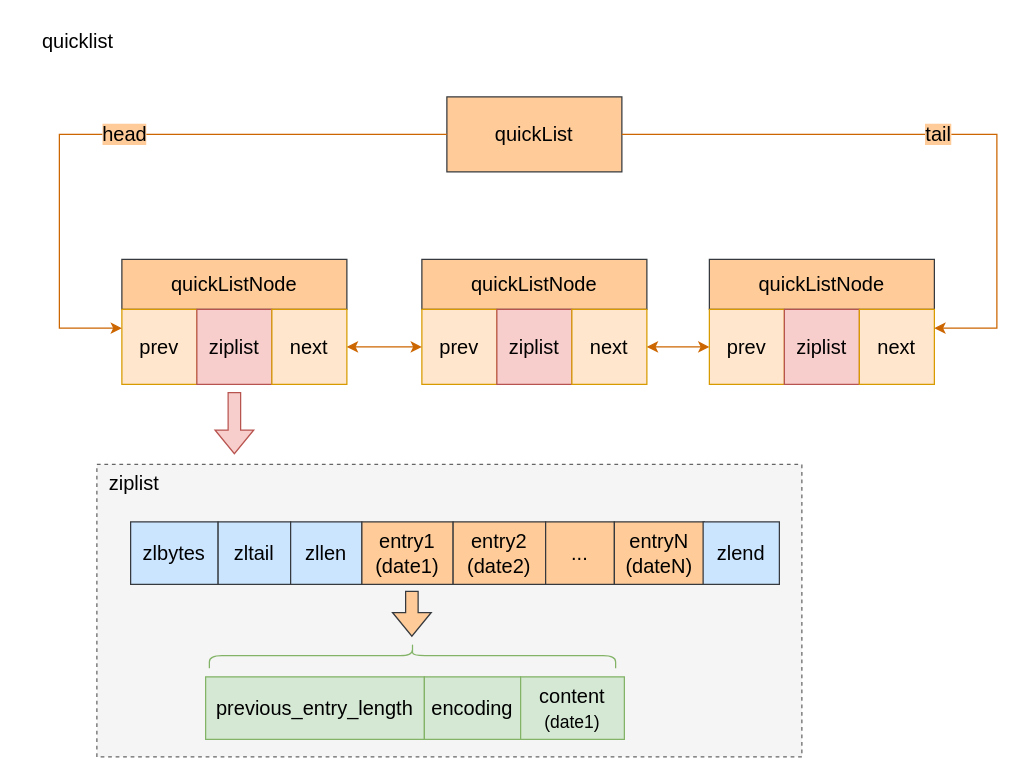
The draw.io diagram page "Redis-List" (3 of 3) of Redis/Redis.drawio in zhangyuying-cn/images, before the edit. Source tidied: cells renumbered, new cells numbered last; positions are measured from the earlier drawing's top-left corner, leaving out a move shared by most shapes. Both pictures are drawn from the tidied source at 125%, with x=0, y=0 at pixel (21, 21).
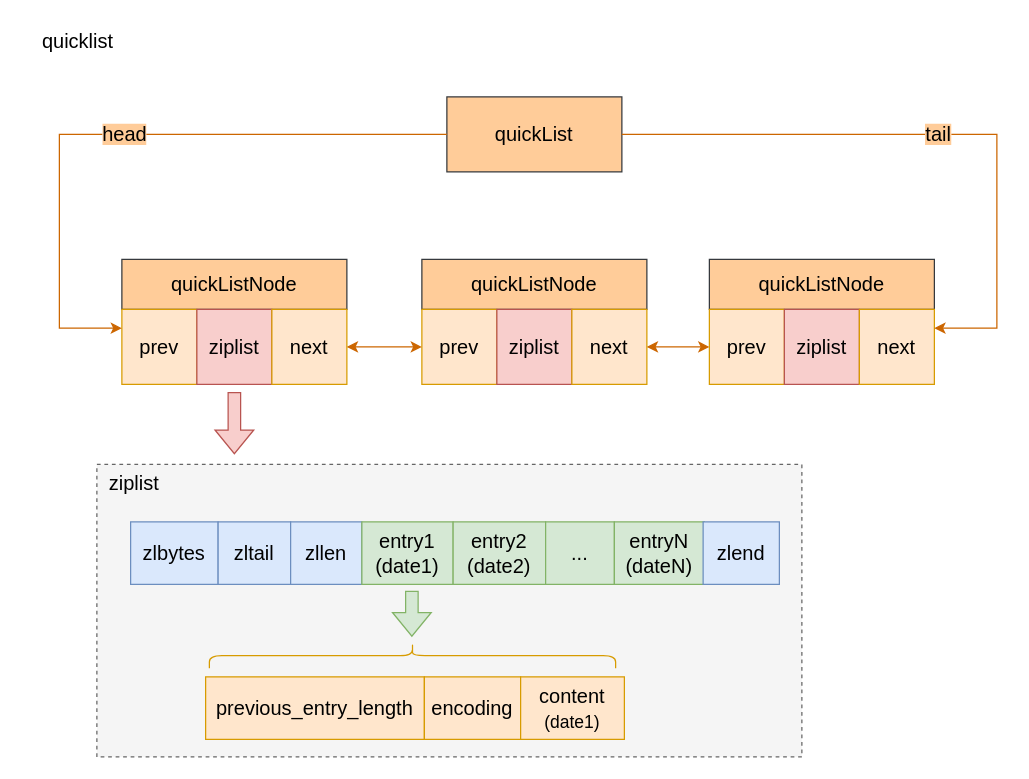
After the change.

Commit message (it also covers changes not shown here):
List-quickList

Diff of the diagram source:
```diff
@@
-    <mxCell id="18" value="zlbytes" style="rounded=0;whiteSpace=wrap;html=1;fontSize=16;strokeColor=#36393d;strokeWidth=1;fillColor=#cce5ff;" parent="1" vertex="1">
+    <mxCell id="18" value="zlbytes" style="rounded=0;whiteSpace=wrap;html=1;fontSize=16;strokeColor=#6c8ebf;strokeWidth=1;fillColor=#dae8fc;" parent="1" vertex="1">
       <mxGeometry x="87" y="400" width="70" height="50" as="geometry" />
     </mxCell>
-    <mxCell id="19" value="zltail" style="rounded=0;whiteSpace=wrap;html=1;fontSize=16;strokeColor=#36393d;strokeWidth=1;fillColor=#cce5ff;" parent="1" vertex="1">
+    <mxCell id="19" value="zltail" style="rounded=0;whiteSpace=wrap;html=1;fontSize=16;strokeColor=#6c8ebf;strokeWidth=1;fillColor=#dae8fc;" parent="1" vertex="1">
       <mxGeometry x="157" y="400" width="58" height="50" as="geometry" />
     </mxCell>
-    <mxCell id="20" value="zllen" style="rounded=0;whiteSpace=wrap;html=1;fontSize=16;strokeColor=#36393d;strokeWidth=1;fillColor=#cce5ff;" parent="1" vertex="1">
+    <mxCell id="20" value="zllen" style="rounded=0;whiteSpace=wrap;html=1;fontSize=16;strokeColor=#6c8ebf;strokeWidth=1;fillColor=#dae8fc;" parent="1" vertex="1">
       <mxGeometry x="215" y="400" width="57" height="50" as="geometry" />
     </mxCell>
-    <mxCell id="21" value="entry1&lt;br&gt;(date1)" style="rounded=0;whiteSpace=wrap;html=1;fontSize=16;strokeColor=#36393d;strokeWidth=1;fillColor=#ffcc99;" parent="1" vertex="1">
+    <mxCell id="21" value="entry1&lt;br&gt;(date1)" style="rounded=0;whiteSpace=wrap;html=1;fontSize=16;strokeColor=#82b366;strokeWidth=1;fillColor=#d5e8d4;" parent="1" vertex="1">
       <mxGeometry x="272" y="400" width="73" height="50" as="geometry" />
     </mxCell>
-    <mxCell id="22" value="entry2&lt;br&gt;(date2)" style="rounded=0;whiteSpace=wrap;html=1;fontSize=16;strokeColor=#36393d;strokeWidth=1;fillColor=#ffcc99;" parent="1" vertex="1">
+    <mxCell id="22" value="entry2&lt;br&gt;(date2)" style="rounded=0;whiteSpace=wrap;html=1;fontSize=16;strokeColor=#82b366;strokeWidth=1;fillColor=#d5e8d4;" parent="1" vertex="1">
       <mxGeometry x="345" y="400" width="74" height="50" as="geometry" />
     </mxCell>
-    <mxCell id="23" value="..." style="rounded=0;whiteSpace=wrap;html=1;fontSize=16;strokeColor=#36393d;strokeWidth=1;fillColor=#ffcc99;" parent="1" vertex="1">
+    <mxCell id="23" value="..." style="rounded=0;whiteSpace=wrap;html=1;fontSize=16;strokeColor=#82b366;strokeWidth=1;fillColor=#d5e8d4;" parent="1" vertex="1">
       <mxGeometry x="419" y="400" width="55" height="50" as="geometry" />
     </mxCell>
-    <mxCell id="24" value="entryN&lt;br&gt;(dateN)" style="rounded=0;whiteSpace=wrap;html=1;fontSize=16;strokeColor=#36393d;strokeWidth=1;fillColor=#ffcc99;" parent="1" vertex="1">
+    <mxCell id="24" value="entryN&lt;br&gt;(dateN)" style="rounded=0;whiteSpace=wrap;html=1;fontSize=16;strokeColor=#82b366;strokeWidth=1;fillColor=#d5e8d4;" parent="1" vertex="1">
       <mxGeometry x="474" y="400" width="72" height="50" as="geometry" />
     </mxCell>
-    <mxCell id="25" value="zlend" style="rounded=0;whiteSpace=wrap;html=1;fontSize=16;strokeColor=#36393d;strokeWidth=1;fillColor=#cce5ff;" parent="1" vertex="1">
+    <mxCell id="25" value="zlend" style="rounded=0;whiteSpace=wrap;html=1;fontSize=16;strokeColor=#6c8ebf;strokeWidth=1;fillColor=#dae8fc;" parent="1" vertex="1">
       <mxGeometry x="545" y="400" width="61" height="50" as="geometry" />
     </mxCell>
-    <mxCell id="26" value="previous_entry_length" style="rounded=0;whiteSpace=wrap;html=1;fontSize=16;strokeWidth=1;fillColor=#d5e8d4;strokeColor=#82b366;" parent="1" vertex="1">
+    <mxCell id="26" value="previous_entry_length" style="rounded=0;whiteSpace=wrap;html=1;fontSize=16;strokeWidth=1;fillColor=#ffe6cc;strokeColor=#d79b00;" parent="1" vertex="1">
       <mxGeometry x="147" y="524" width="175" height="50" as="geometry" />
     </mxCell>
-    <mxCell id="27" value="encoding" style="rounded=0;whiteSpace=wrap;html=1;fontSize=16;strokeWidth=1;fillColor=#d5e8d4;strokeColor=#82b366;" parent="1" vertex="1">
+    <mxCell id="27" value="encoding" style="rounded=0;whiteSpace=wrap;html=1;fontSize=16;strokeWidth=1;fillColor=#ffe6cc;strokeColor=#d79b00;" parent="1" vertex="1">
       <mxGeometry x="322" y="524" width="77" height="50" as="geometry" />
     </mxCell>
-    <mxCell id="28" value="content&lt;br&gt;&lt;font style=&quot;font-size: 14px;&quot;&gt;(date1)&lt;br&gt;&lt;/font&gt;" style="rounded=0;whiteSpace=wrap;html=1;fontSize=16;strokeWidth=1;fillColor=#d5e8d4;strokeColor=#82b366;" parent="1" vertex="1">
+    <mxCell id="28" value="content&lt;br&gt;&lt;font style=&quot;font-size: 14px;&quot;&gt;(date1)&lt;br&gt;&lt;/font&gt;" style="rounded=0;whiteSpace=wrap;html=1;fontSize=16;strokeWidth=1;fillColor=#ffe6cc;strokeColor=#d79b00;" parent="1" vertex="1">
       <mxGeometry x="399" y="524" width="83" height="50" as="geometry" />
     </mxCell>
-    <mxCell id="29" style="shape=flexArrow;endArrow=classic;html=1;rounded=0;fontSize=16;fontColor=#000000;fillColor=#ffcc99;strokeColor=#36393d;" parent="1" edge="1">
+    <mxCell id="29" style="shape=flexArrow;endArrow=classic;html=1;rounded=0;fontSize=16;fontColor=#000000;fillColor=#d5e8d4;strokeColor=#82b366;" parent="1" edge="1">
       <mxGeometry relative="1" as="geometry">
         <mxPoint x="312" y="455" as="sourcePoint" />
         <mxPoint x="312" y="492" as="targetPoint" />
       </mxGeometry>
     </mxCell>
-    <mxCell id="30" style="shape=curlyBracket;whiteSpace=wrap;html=1;rounded=1;flipH=1;fontSize=16;strokeColor=#82b366;strokeWidth=1;rotation=-90;fillColor=#d5e8d4;" parent="1" vertex="1">
+    <mxCell id="30" style="shape=curlyBracket;whiteSpace=wrap;html=1;rounded=1;flipH=1;fontSize=16;strokeColor=#d79b00;strokeWidth=1;rotation=-90;fillColor=#ffe6cc;" parent="1" vertex="1">
       <mxGeometry x="302.5" y="344.5" width="20" height="325" as="geometry" />
     </mxCell>
```
